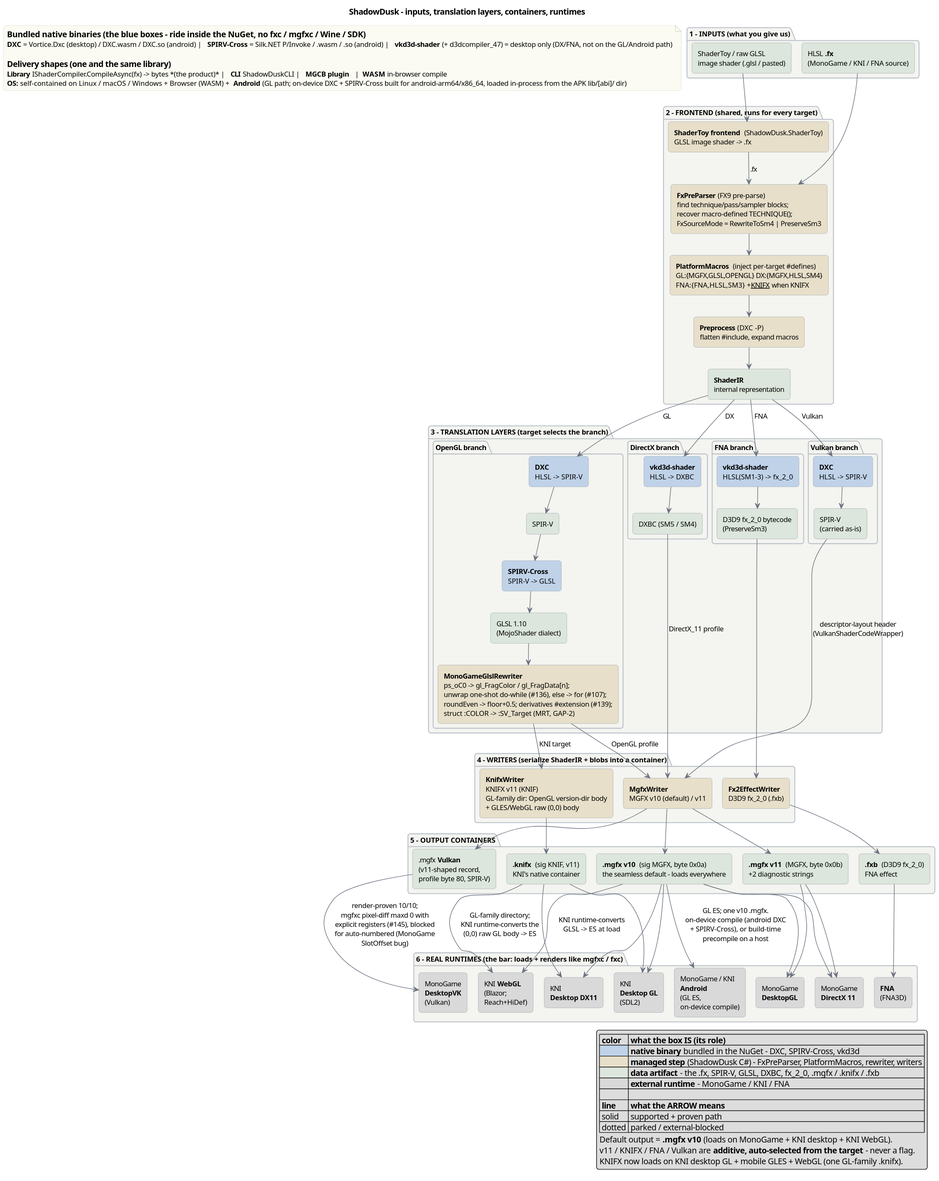
Earlier version of the PlantUML export docfx/images/pipeline-overview.svg (kaltinril/ShadowDusk).
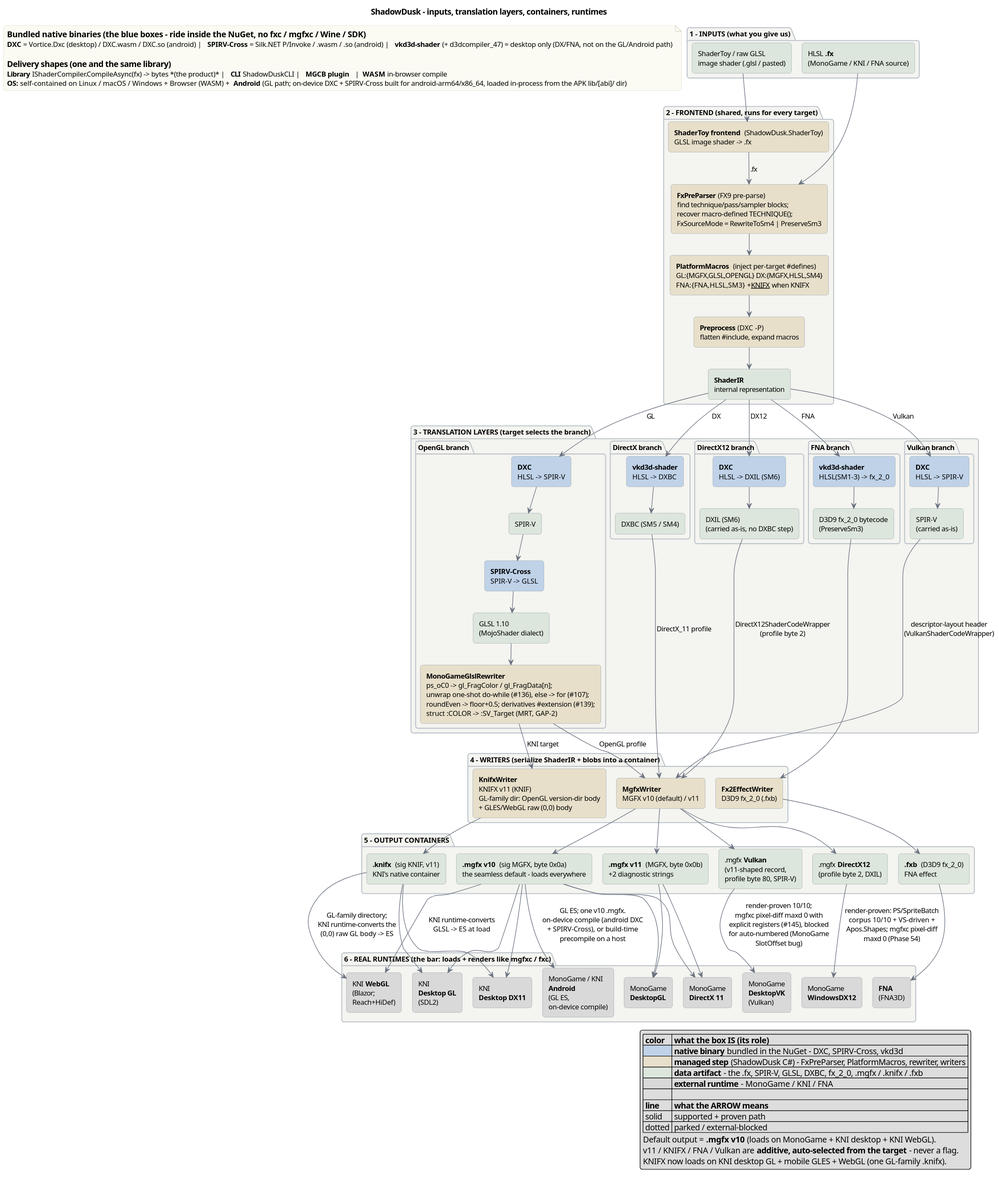
After the change.

Commit message:
Add DirectX12 branch to the pipeline flow-chart diagram

The DX12 backend (Phase 54) was missing from docs/pipeline-overview.puml
per the support-surface docs rule (a new backend/target/container is a
triggering change). Adds the DirectX12 translation-layer branch (DXC ->
DXIL, no DXBC step), the .mgfx DirectX12 output container, and the
MonoGame WindowsDX12 runtime box, then regenerates
docfx/images/pipeline-overview.svg from the updated source.

The edit, as a diff of the source:
```diff
@@ -54,6 +54,12 @@
     DX_VKD -down-> DX_DXBC
   }
 
+  package "DirectX12 branch" {
+    rectangle "**DXC**\nHLSL -> DXIL (SM6)" as DX12_DXC #BFD2E8
+    rectangle "DXIL (SM6)\n(carried as-is, no DXBC step)" as DX12_DXIL #DCE6DC
+    DX12_DXC -down-> DX12_DXIL
+  }
+
   package "FNA branch" {
     rectangle "**vkd3d-shader**\nHLSL(SM1-3) -> fx_2_0" as FNA_VKD #BFD2E8
     rectangle "D3D9 fx_2_0 bytecode\n(PreserveSm3)" as FNA_FX2 #DCE6DC
@@ -79,6 +85,7 @@
   rectangle "**.knifx**  (sig KNIF, v11)\nKNI's native container" as O_KNIFX #DCE6DC
   rectangle "**.fxb**  (D3D9 fx_2_0)\nFNA effect" as O_FXB #DCE6DC
   rectangle ".mgfx **Vulkan**\n(v11-shaped record,\nprofile byte 80, SPIR-V)" as O_MGFXVK #DCE6DC
+  rectangle ".mgfx **DirectX12**\n(profile byte 2, DXIL)" as O_MGFXDX12 #DCE6DC
 }
 
 package "6 - REAL RUNTIMES  (the bar: loads + renders like mgfxc / fxc)" {
@@ -87,6 +94,7 @@
   rectangle "KNI\n**Desktop DX11**" as R_KNIDX #D9D9D9
   rectangle "MonoGame\n**DesktopGL**" as R_MGGL #D9D9D9
   rectangle "MonoGame\n**DirectX 11**" as R_MGDX #D9D9D9
+  rectangle "MonoGame\n**WindowsDX12**" as R_MGDX12 #D9D9D9
   rectangle "MonoGame\n**DesktopVK**\n(Vulkan)" as R_MGVK #D9D9D9
   rectangle "**FNA**\n(FNA3D)" as R_FNA #D9D9D9
   rectangle "MonoGame / KNI\n**Android**\n(GL ES,\non-device compile)" as R_ANDROID #D9D9D9
@@ -101,18 +109,21 @@
 
 IR --> GL_DXC : "GL"
 IR --> DX_VKD : "DX"
+IR --> DX12_DXC : "DX12"
 IR --> FNA_VKD : "FNA"
 IR --> VK_DXC : "Vulkan"
 
 GL_RW --> MGW : "OpenGL profile"
 GL_RW --> KNW : "KNI target"
 DX_DXBC --> MGW : "DirectX_11 profile"
+DX12_DXIL --> MGW : "DirectX12ShaderCodeWrapper\n(profile byte 2)"
 FNA_FX2 --> FXW
 VK_SPV --> MGW : "descriptor-layout header\n(VulkanShaderCodeWrapper)"
 
 MGW --> O_MGFX10
 MGW --> O_MGFX11
 MGW --> O_MGFXVK
+MGW --> O_MGFXDX12
 KNW --> O_KNIFX
 FXW --> O_FXB
 
@@ -128,6 +139,7 @@
 O_KNIFX --> R_KNIWEB : "GL-family directory;\nKNI runtime-converts the\n(0,0) raw GL body -> ES"
 O_FXB --> R_FNA
 O_MGFXVK --> R_MGVK : "render-proven 10/10;\nmgfxc pixel-diff maxd 0 with\nexplicit registers (#145), blocked\nfor auto-numbered (MonoGame\nSlotOffset bug)"
+O_MGFXDX12 --> R_MGDX12 : "render-proven: PS/SpriteBatch\ncorpus 10/10 + VS-driven +\nApos.Shapes; mgfxc pixel-diff\nmaxd 0 (Phase 54)"
 O_MGFX10 --> R_ANDROID : "GL ES; one v10 .mgfx.\non-device compile (android DXC\n+ SPIRV-Cross), or build-time\nprecompile on a host"
 
 note as N1
```
